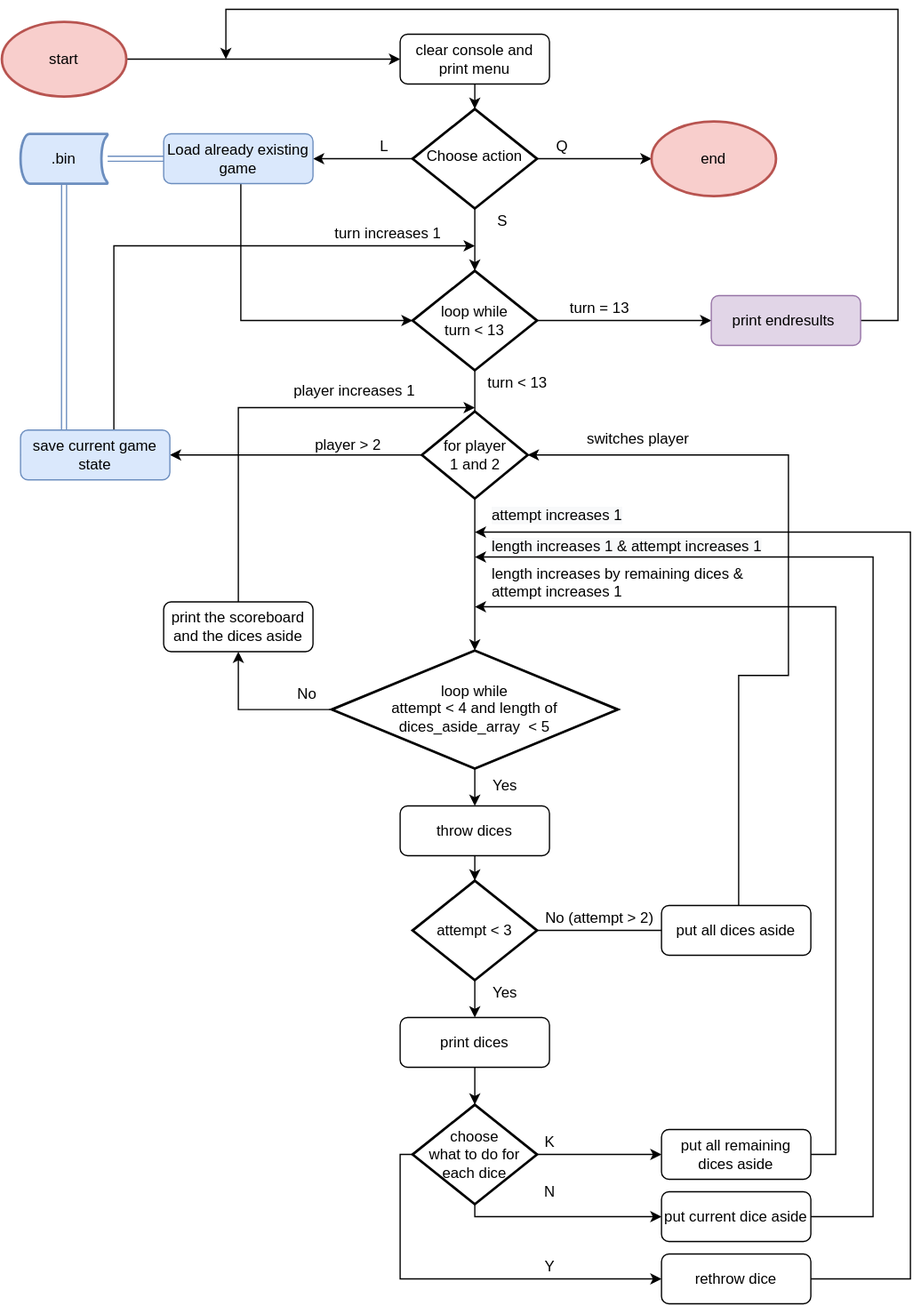
weltitob/kniffel keeps this draw.io diagram as src/Untitled Diagram.drawio.svg. Above is the earlier version. Source tidied: cells renumbered, new cells last; positions are measured from the earlier drawing's top-left corner, leaving out a move shared by most shapes.
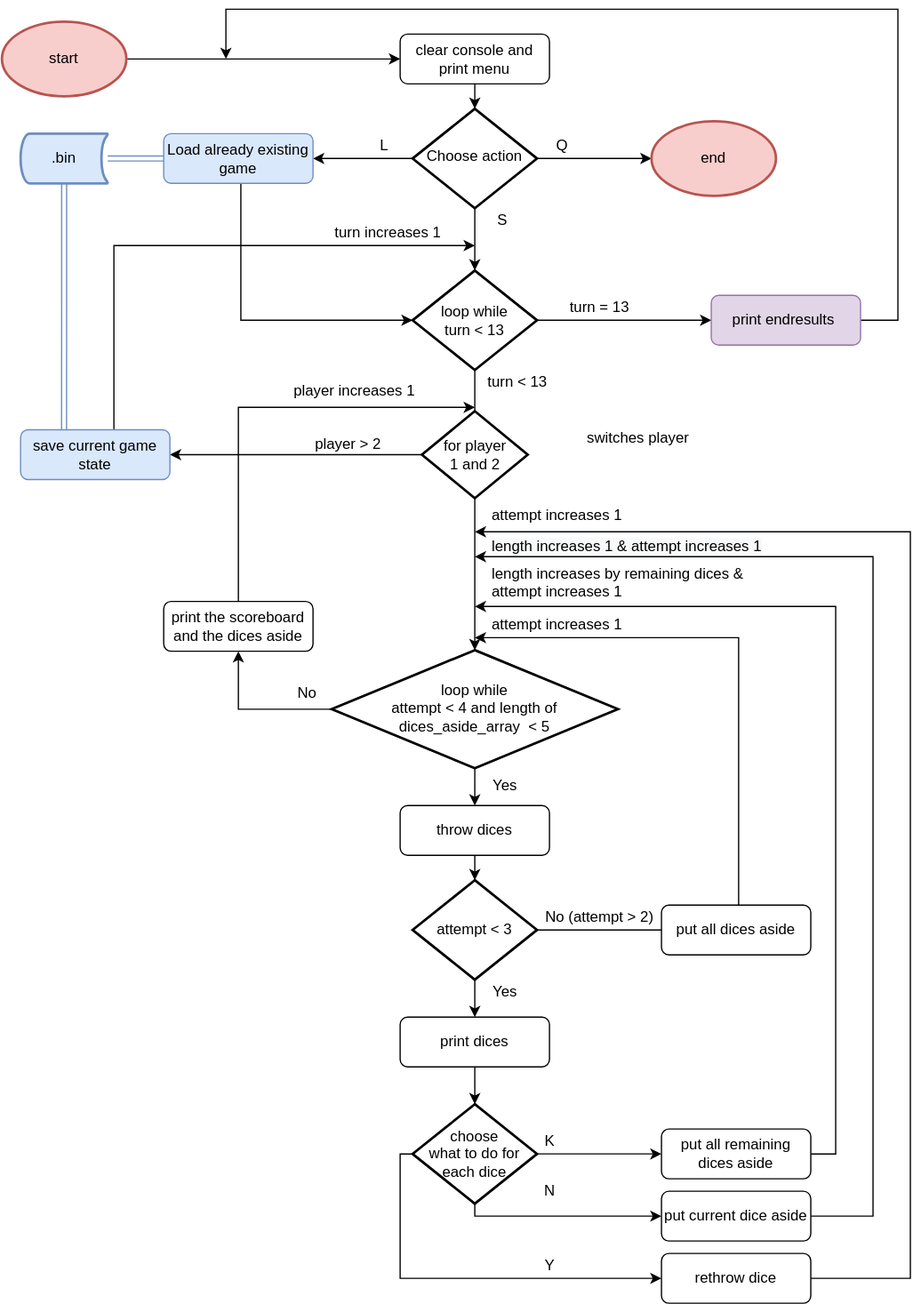
Above is the later version.

Diff of the diagram source:
```diff
@@ -116,12 +116,12 @@
     <mxCell id="33" value="No (attempt &amp;gt; 2)" style="text;html=1;align=center;verticalAlign=middle;strokeColor=none;fillColor=none;fontColor=default;" parent="1" vertex="1">
       <mxGeometry x="430" y="719.9" width="100" height="20" as="geometry" />
     </mxCell>
-    <mxCell id="34" style="edgeStyle=orthogonalEdgeStyle;rounded=0;jettySize=auto;html=1;fontColor=default;endFill=1;entryX=1;entryY=0.5;entryDx=0;entryDy=0;entryPerimeter=0;" parent="1" edge="1" source="35" target="62">
+    <mxCell id="34" style="edgeStyle=orthogonalEdgeStyle;rounded=0;jettySize=auto;html=1;fontColor=default;endFill=1;" parent="1" edge="1" source="35">
       <mxGeometry relative="1" as="geometry">
+        <mxPoint x="380" y="505" as="targetPoint" />
         <Array as="points">
-          <mxPoint x="592" y="535" />
-          <mxPoint x="632" y="535" />
-          <mxPoint x="632" y="358" />
+          <mxPoint x="592" y="505" />
+          <mxPoint x="495" y="505" />
         </Array>
       </mxGeometry>
     </mxCell>
@@ -209,7 +209,7 @@
     <mxCell id="53" value="&lt;span style=&quot;color: rgb(0 , 0 , 0) ; font-family: &amp;#34;helvetica&amp;#34; ; font-size: 12px ; font-style: normal ; font-weight: 400 ; letter-spacing: normal ; text-align: center ; text-indent: 0px ; text-transform: none ; word-spacing: 0px ; background-color: rgb(248 , 249 , 250) ; display: inline ; float: none&quot;&gt;length increases 1 &amp;amp;&amp;nbsp;&lt;span style=&quot;font-family: &amp;#34;helvetica&amp;#34;&quot;&gt;attempt increases 1&lt;/span&gt;&lt;br&gt;&lt;/span&gt;" style="text;whiteSpace=wrap;html=1;fontColor=default;" parent="1" vertex="1">
       <mxGeometry x="392" y="417.9" width="315" height="30" as="geometry" />
     </mxCell>
-    <mxCell id="54" value="&lt;span style=&quot;color: rgb(0, 0, 0); font-family: helvetica; font-size: 12px; font-style: normal; font-weight: 400; letter-spacing: normal; text-align: center; text-indent: 0px; text-transform: none; word-spacing: 0px; background-color: rgb(248, 249, 250); display: inline; float: none;&quot;&gt;attempt increases 1&lt;/span&gt;" style="text;whiteSpace=wrap;html=1;fontColor=default;" parent="1" vertex="1">
+    <mxCell id="54" value="&lt;span style=&quot;font-family: &amp;#34;helvetica&amp;#34; ; text-align: center&quot;&gt;attempt increases 1&lt;/span&gt;" style="text;whiteSpace=wrap;html=1;fontColor=default;" parent="1" vertex="1">
       <mxGeometry x="392" y="392.9" width="130" height="30" as="geometry" />
     </mxCell>
     <mxCell id="55" value="print endresults&amp;nbsp;" style="rounded=1;whiteSpace=wrap;html=1;fontSize=12;glass=0;strokeWidth=1;shadow=0;fillColor=#e1d5e7;strokeColor=#9673a6;" parent="1" vertex="1">
@@ -264,5 +264,8 @@
     <mxCell id="67" value="print the scoreboard and the dices aside" style="whiteSpace=wrap;html=1;rounded=1;glass=0;strokeWidth=1;shadow=0;" parent="1" vertex="1">
       <mxGeometry x="130" y="475.9" width="120" height="40" as="geometry" />
     </mxCell>
+    <mxCell id="68" value="&lt;span style=&quot;font-family: &amp;#34;helvetica&amp;#34; ; text-align: center&quot;&gt;attempt increases 1&lt;/span&gt;" style="text;whiteSpace=wrap;html=1;fontColor=default;" parent="1" vertex="1">
+      <mxGeometry x="392" y="480.9" width="130" height="30" as="geometry" />
+    </mxCell>
   </root>
 </mxGraphModel>
```
